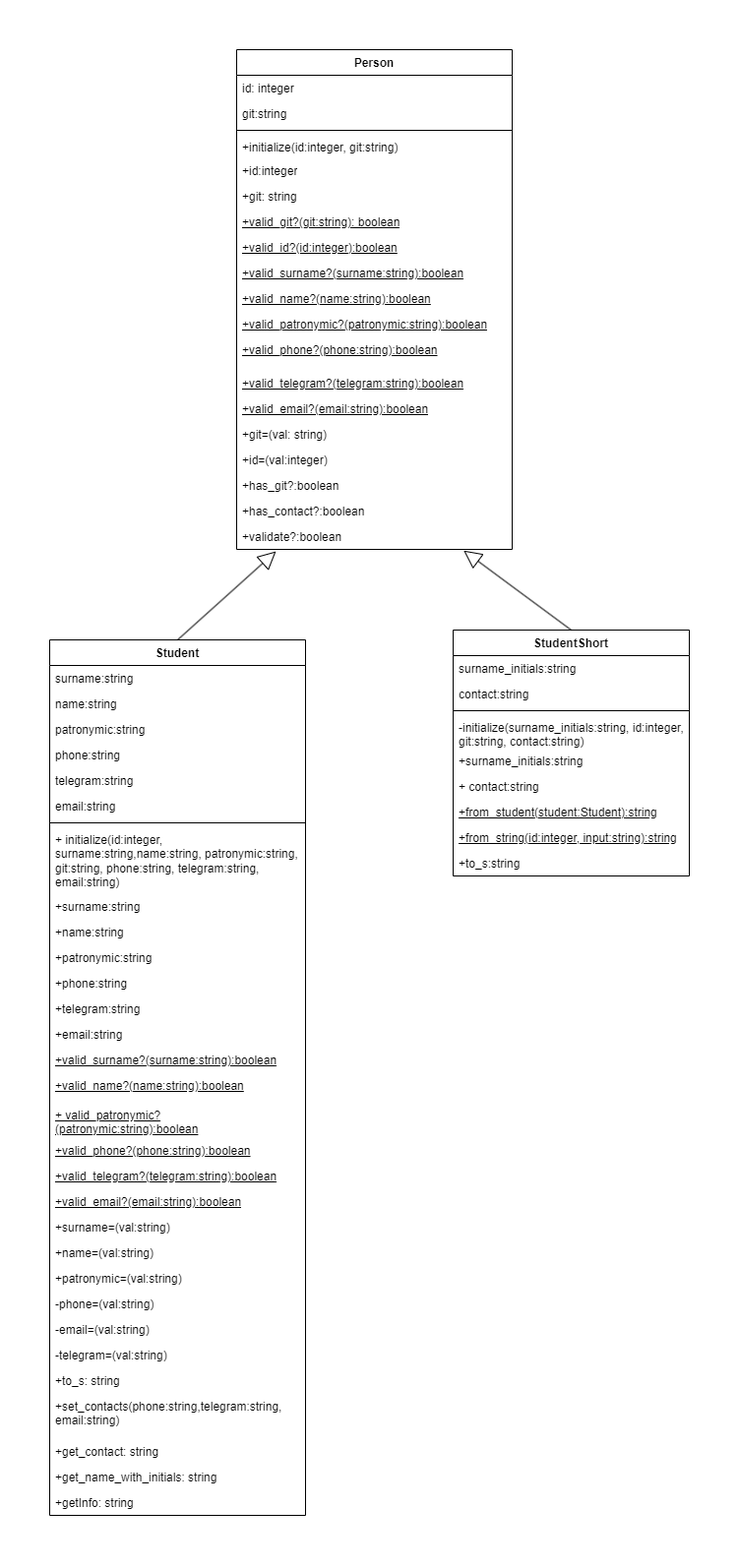
This is class_student/диаграмма.png from llKristina/ruby, a draw.io export, as it was before one commit. Source tidied: cells renumbered, new cells last; positions are measured from the earlier drawing's top-left corner, leaving out a move shared by most shapes.
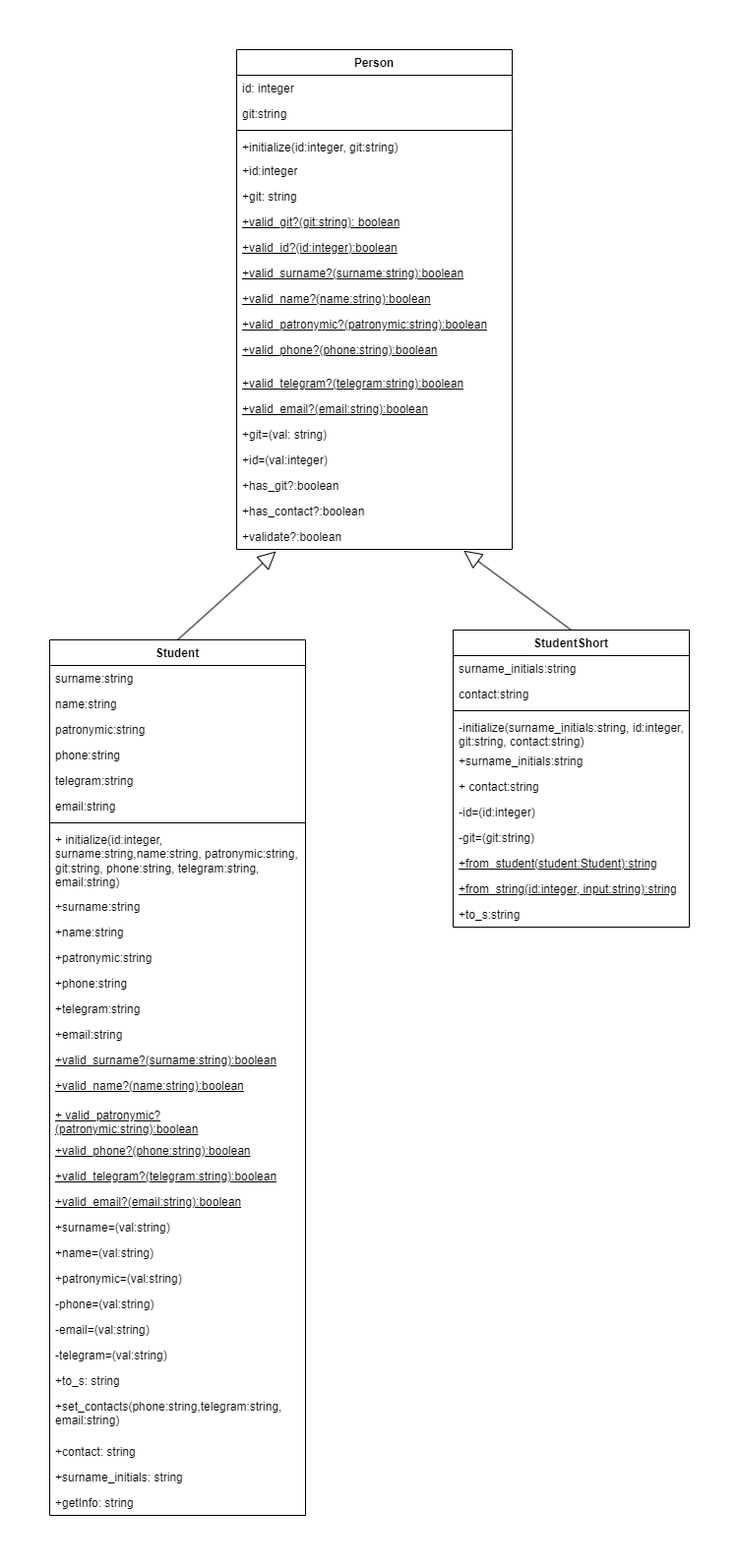
After the change.

Diff of the diagram source:
```diff
@@ -149,17 +149,17 @@
     <mxCell id="50" value="+set_contacts(phone:string,telegram:string, email:string)" style="text;strokeColor=none;fillColor=none;align=left;verticalAlign=top;spacingLeft=4;spacingRight=4;overflow=hidden;whiteSpace=wrap;html=1;" parent="22" vertex="1">
       <mxGeometry y="766" width="260" height="46" as="geometry" />
     </mxCell>
-    <mxCell id="51" value="+get_contact: string" style="text;strokeColor=none;fillColor=none;align=left;verticalAlign=top;spacingLeft=4;spacingRight=4;overflow=hidden;whiteSpace=wrap;html=1;" parent="22" vertex="1">
+    <mxCell id="51" value="+contact: string" style="text;strokeColor=none;fillColor=none;align=left;verticalAlign=top;spacingLeft=4;spacingRight=4;overflow=hidden;whiteSpace=wrap;html=1;" parent="22" vertex="1">
       <mxGeometry y="812" width="260" height="26" as="geometry" />
     </mxCell>
-    <mxCell id="52" value="+get_name_with_initials: string" style="text;strokeColor=none;fillColor=none;align=left;verticalAlign=top;spacingLeft=4;spacingRight=4;overflow=hidden;whiteSpace=wrap;html=1;" parent="22" vertex="1">
+    <mxCell id="52" value="+surname_initials: string" style="text;strokeColor=none;fillColor=none;align=left;verticalAlign=top;spacingLeft=4;spacingRight=4;overflow=hidden;whiteSpace=wrap;html=1;" parent="22" vertex="1">
       <mxGeometry y="838" width="260" height="26" as="geometry" />
     </mxCell>
     <mxCell id="53" value="+getInfo: string" style="text;strokeColor=none;fillColor=none;align=left;verticalAlign=top;spacingLeft=4;spacingRight=4;overflow=hidden;whiteSpace=wrap;html=1;" parent="22" vertex="1">
       <mxGeometry y="864" width="260" height="26" as="geometry" />
     </mxCell>
     <mxCell id="54" value="StudentShort" style="swimlane;fontStyle=1;align=center;verticalAlign=top;horizontal=1;startSize=26;whiteSpace=wrap;html=1;" parent="1" vertex="1">
-      <mxGeometry x="410" y="590" width="240" height="250" as="geometry" />
+      <mxGeometry x="410" y="590" width="240" height="302" as="geometry" />
     </mxCell>
     <mxCell id="55" value="surname_initials:string" style="text;strokeColor=none;fillColor=none;align=left;verticalAlign=top;spacingLeft=4;spacingRight=4;overflow=hidden;whiteSpace=wrap;html=1;" parent="54" vertex="1">
       <mxGeometry y="26" width="240" height="26" as="geometry" />
@@ -179,14 +179,20 @@
     <mxCell id="60" value="+ contact:string" style="text;strokeColor=none;fillColor=none;align=left;verticalAlign=top;spacingLeft=4;spacingRight=4;overflow=hidden;whiteSpace=wrap;html=1;" parent="54" vertex="1">
       <mxGeometry y="146" width="240" height="26" as="geometry" />
     </mxCell>
+    <mxCell id="66" value="-id=(id:integer)" style="text;strokeColor=none;fillColor=none;align=left;verticalAlign=top;spacingLeft=4;spacingRight=4;overflow=hidden;whiteSpace=wrap;html=1;" parent="54" vertex="1">
+      <mxGeometry y="172" width="240" height="26" as="geometry" />
+    </mxCell>
+    <mxCell id="67" value="-git=(git:string)" style="text;strokeColor=none;fillColor=none;align=left;verticalAlign=top;spacingLeft=4;spacingRight=4;overflow=hidden;whiteSpace=wrap;html=1;" parent="54" vertex="1">
+      <mxGeometry y="198" width="240" height="26" as="geometry" />
+    </mxCell>
     <mxCell id="61" value="&lt;u&gt;+from_student(student:Student):string&lt;/u&gt;" style="text;strokeColor=none;fillColor=none;align=left;verticalAlign=top;spacingLeft=4;spacingRight=4;overflow=hidden;whiteSpace=wrap;html=1;" parent="54" vertex="1">
-      <mxGeometry y="172" width="240" height="26" as="geometry" />
+      <mxGeometry y="224" width="240" height="26" as="geometry" />
     </mxCell>
     <mxCell id="62" value="&lt;u&gt;+from_string(id:integer, input:string):string&lt;/u&gt;" style="text;strokeColor=none;fillColor=none;align=left;verticalAlign=top;spacingLeft=4;spacingRight=4;overflow=hidden;whiteSpace=wrap;html=1;" parent="54" vertex="1">
-      <mxGeometry y="198" width="240" height="26" as="geometry" />
+      <mxGeometry y="250" width="240" height="26" as="geometry" />
     </mxCell>
     <mxCell id="63" value="+to_s:string" style="text;strokeColor=none;fillColor=none;align=left;verticalAlign=top;spacingLeft=4;spacingRight=4;overflow=hidden;whiteSpace=wrap;html=1;" parent="54" vertex="1">
-      <mxGeometry y="224" width="240" height="26" as="geometry" />
+      <mxGeometry y="276" width="240" height="26" as="geometry" />
     </mxCell>
     <mxCell id="64" style="endArrow=block;endSize=16;endFill=0;html=1;rounded=0;exitX=0.5;exitY=0;exitDx=0;exitDy=0;" parent="1" edge="1" source="22">
       <mxGeometry relative="1" as="geometry">
```
